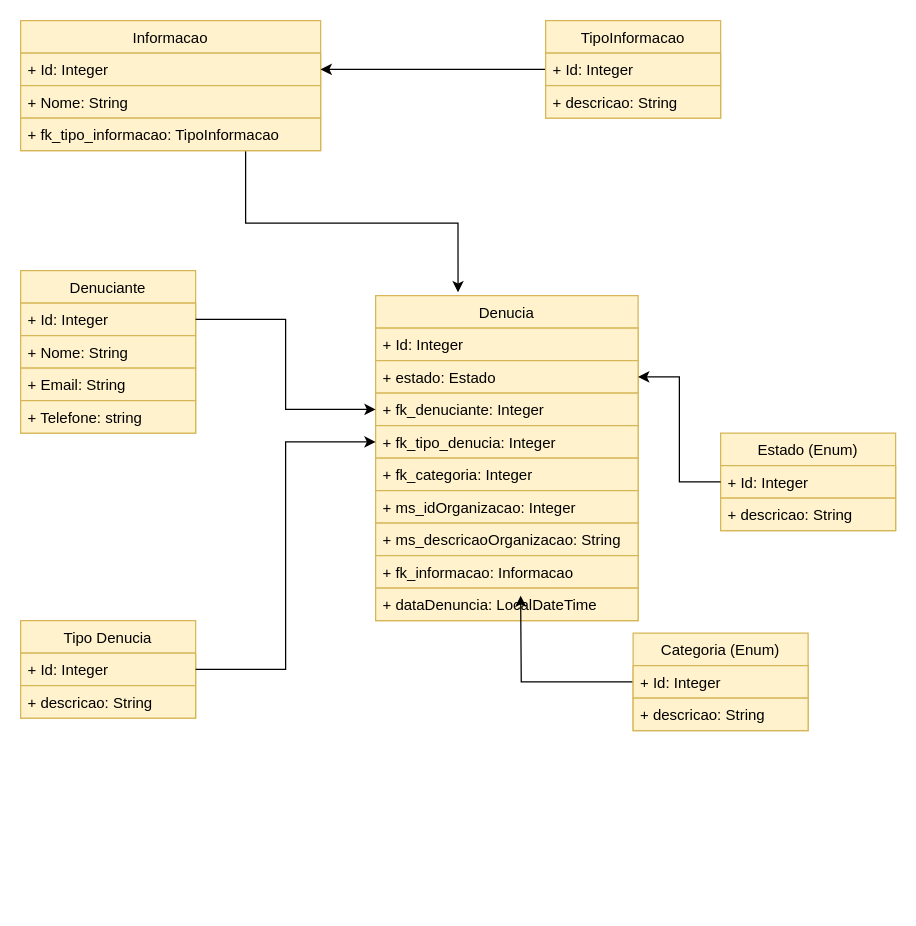
The draw.io diagram Diagrama sem nome.drawio in herbertomauricio1/Project, before the edit. Source tidied: cells renumbered, new cells numbered last; positions are measured from the earlier drawing's top-left corner, leaving out a move shared by most shapes. Both pictures are drawn from the tidied source at 125%, with x=0, y=0 at pixel (20, 20).
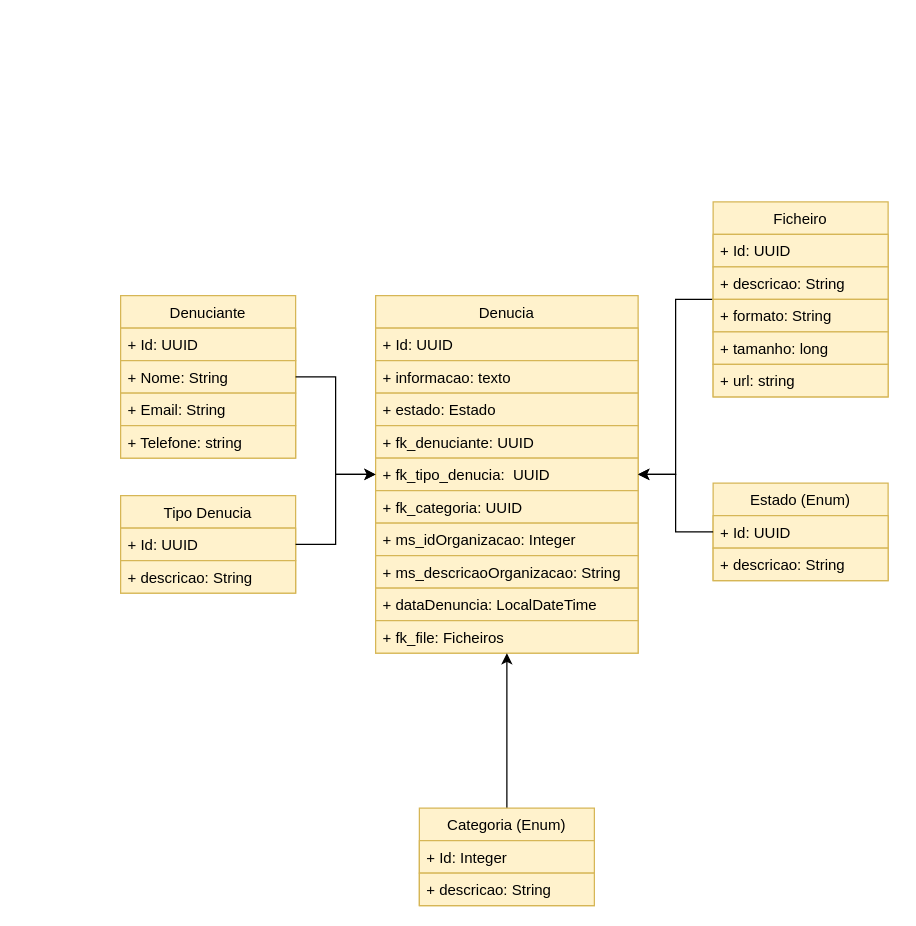
The same page after the edit.

Unchanged cells that the change refers to:
```xml
<mxCell id="7" value="+ Nome: String" style="text;strokeColor=#d6b656;fillColor=#fff2cc;align=left;verticalAlign=top;spacingLeft=4;spacingRight=4;overflow=hidden;points=[[0,0.5],[1,0.5]];portConstraint=eastwest;" parent="5" vertex="1">
  <mxGeometry y="52" width="140" height="26" as="geometry" />
</mxCell>
```

The edit, as a diff of the source:
```diff
@@
     <mxCell id="2" value="Tipo Denucia" style="swimlane;fontStyle=0;horizontal=1;startSize=26;fillColor=#fff2cc;strokeColor=#d6b656;" parent="1" vertex="1">
-      <mxGeometry y="480" width="140" height="78" as="geometry" />
+      <mxGeometry x="80" y="380" width="140" height="78" as="geometry" />
     </mxCell>
-    <mxCell id="3" value="+ Id: Integer" style="text;strokeColor=#d6b656;fillColor=#fff2cc;align=left;verticalAlign=top;spacingLeft=4;spacingRight=4;overflow=hidden;points=[[0,0.5],[1,0.5]];portConstraint=eastwest;" parent="2" vertex="1">
+    <mxCell id="3" value="+ Id: UUID" style="text;strokeColor=#d6b656;fillColor=#fff2cc;align=left;verticalAlign=top;spacingLeft=4;spacingRight=4;overflow=hidden;points=[[0,0.5],[1,0.5]];portConstraint=eastwest;" parent="2" vertex="1">
       <mxGeometry y="26" width="140" height="26" as="geometry" />
     </mxCell>
@@
     <mxCell id="5" value="Denuciante" style="swimlane;fontStyle=0;horizontal=1;startSize=26;fillColor=#fff2cc;strokeColor=#d6b656;" parent="1" vertex="1">
-      <mxGeometry y="200" width="140" height="130" as="geometry" />
+      <mxGeometry x="80" y="220" width="140" height="130" as="geometry" />
     </mxCell>
-    <mxCell id="6" value="+ Id: Integer" style="text;strokeColor=#d6b656;fillColor=#fff2cc;align=left;verticalAlign=top;spacingLeft=4;spacingRight=4;overflow=hidden;points=[[0,0.5],[1,0.5]];portConstraint=eastwest;" parent="5" vertex="1">
+    <mxCell id="6" value="+ Id: UUID" style="text;strokeColor=#d6b656;fillColor=#fff2cc;align=left;verticalAlign=top;spacingLeft=4;spacingRight=4;overflow=hidden;points=[[0,0.5],[1,0.5]];portConstraint=eastwest;" parent="5" vertex="1">
       <mxGeometry y="26" width="140" height="26" as="geometry" />
     </mxCell>
@@
     <mxCell id="10" value="Estado (Enum)" style="swimlane;fontStyle=0;horizontal=1;startSize=26;fillColor=#fff2cc;strokeColor=#d6b656;" parent="1" vertex="1">
-      <mxGeometry x="560" y="330" width="140" height="78" as="geometry" />
+      <mxGeometry x="554" y="370" width="140" height="78" as="geometry" />
     </mxCell>
-    <mxCell id="11" value="+ Id: Integer" style="text;strokeColor=#d6b656;fillColor=#fff2cc;align=left;verticalAlign=top;spacingLeft=4;spacingRight=4;overflow=hidden;points=[[0,0.5],[1,0.5]];portConstraint=eastwest;" parent="10" vertex="1">
+    <mxCell id="11" value="+ Id: UUID" style="text;strokeColor=#d6b656;fillColor=#fff2cc;align=left;verticalAlign=top;spacingLeft=4;spacingRight=4;overflow=hidden;points=[[0,0.5],[1,0.5]];portConstraint=eastwest;" parent="10" vertex="1">
       <mxGeometry y="26" width="140" height="26" as="geometry" />
     </mxCell>
@@
     <mxCell id="13" value="Denucia" style="swimlane;fontStyle=0;horizontal=1;startSize=26;fillColor=#fff2cc;strokeColor=#d6b656;" parent="1" vertex="1">
-      <mxGeometry x="284" y="220" width="210" height="260" as="geometry" />
+      <mxGeometry x="284" y="220" width="210" height="286" as="geometry" />
     </mxCell>
-    <mxCell id="14" value="+ Id: Integer" style="text;strokeColor=#d6b656;fillColor=#fff2cc;align=left;verticalAlign=top;spacingLeft=4;spacingRight=4;overflow=hidden;" parent="13" vertex="1">
+    <mxCell id="14" value="+ Id: UUID" style="text;strokeColor=#d6b656;fillColor=#fff2cc;align=left;verticalAlign=top;spacingLeft=4;spacingRight=4;overflow=hidden;" parent="13" vertex="1">
       <mxGeometry y="26" width="210" height="26" as="geometry" />
     </mxCell>
+    <mxCell id="39" value="+ informacao: texto" style="text;strokeColor=#d6b656;fillColor=#fff2cc;align=left;verticalAlign=top;spacingLeft=4;spacingRight=4;overflow=hidden;" parent="13" vertex="1">
+      <mxGeometry y="52" width="210" height="26" as="geometry" />
+    </mxCell>
     <mxCell id="15" value="+ estado: Estado" style="text;strokeColor=#d6b656;fillColor=#fff2cc;align=left;verticalAlign=top;spacingLeft=4;spacingRight=4;overflow=hidden;points=[[0,0.5],[1,0.5]];portConstraint=eastwest;" parent="13" vertex="1">
-      <mxGeometry y="52" width="210" height="26" as="geometry" />
+      <mxGeometry y="78" width="210" height="26" as="geometry" />
     </mxCell>
-    <mxCell id="16" value="+ fk_denuciante: Integer" style="text;strokeColor=#d6b656;fillColor=#fff2cc;align=left;verticalAlign=top;spacingLeft=4;spacingRight=4;overflow=hidden;points=[[0,0.5],[1,0.5]];portConstraint=eastwest;" parent="13" vertex="1">
-      <mxGeometry y="78" width="210" height="26" as="geometry" />
+    <mxCell id="16" value="+ fk_denuciante: UUID" style="text;strokeColor=#d6b656;fillColor=#fff2cc;align=left;verticalAlign=top;spacingLeft=4;spacingRight=4;overflow=hidden;points=[[0,0.5],[1,0.5]];portConstraint=eastwest;" parent="13" vertex="1">
+      <mxGeometry y="104" width="210" height="26" as="geometry" />
     </mxCell>
-    <mxCell id="17" value="+ fk_tipo_denucia: Integer" style="text;strokeColor=#d6b656;fillColor=#fff2cc;align=left;verticalAlign=top;spacingLeft=4;spacingRight=4;overflow=hidden;points=[[0,0.5],[1,0.5]];portConstraint=eastwest;" parent="13" vertex="1">
-      <mxGeometry y="104" width="210" height="26" as="geometry" />
+    <mxCell id="17" value="+ fk_tipo_denucia:  UUID" style="text;strokeColor=#d6b656;fillColor=#fff2cc;align=left;verticalAlign=top;spacingLeft=4;spacingRight=4;overflow=hidden;points=[[0,0.5],[1,0.5]];portConstraint=eastwest;" parent="13" vertex="1">
+      <mxGeometry y="130" width="210" height="26" as="geometry" />
     </mxCell>
-    <mxCell id="18" value="+ fk_categoria: Integer" style="text;strokeColor=#d6b656;fillColor=#fff2cc;align=left;verticalAlign=top;spacingLeft=4;spacingRight=4;overflow=hidden;" parent="13" vertex="1">
-      <mxGeometry y="130" width="210" height="26" as="geometry" />
+    <mxCell id="18" value="+ fk_categoria: UUID" style="text;strokeColor=#d6b656;fillColor=#fff2cc;align=left;verticalAlign=top;spacingLeft=4;spacingRight=4;overflow=hidden;" parent="13" vertex="1">
+      <mxGeometry y="156" width="210" height="26" as="geometry" />
     </mxCell>
     <mxCell id="19" value="+ ms_idOrganizacao: Integer" style="text;strokeColor=#d6b656;fillColor=#fff2cc;align=left;verticalAlign=top;spacingLeft=4;spacingRight=4;overflow=hidden;" parent="13" vertex="1">
-      <mxGeometry y="156" width="210" height="26" as="geometry" />
+      <mxGeometry y="182" width="210" height="26" as="geometry" />
     </mxCell>
     <mxCell id="20" value="+ ms_descricaoOrganizacao: String" style="text;strokeColor=#d6b656;fillColor=#fff2cc;align=left;verticalAlign=top;spacingLeft=4;spacingRight=4;overflow=hidden;" parent="13" vertex="1">
-      <mxGeometry y="182" width="210" height="26" as="geometry" />
+      <mxGeometry y="208" width="210" height="26" as="geometry" />
     </mxCell>
-    <mxCell id="21" value="+ fk_informacao: Informacao" style="text;strokeColor=#d6b656;fillColor=#fff2cc;align=left;verticalAlign=top;spacingLeft=4;spacingRight=4;overflow=hidden;" parent="13" vertex="1">
-      <mxGeometry y="208" width="210" height="26" as="geometry" />
-    </mxCell>
@@
-    <mxCell id="23" style="edgeStyle=orthogonalEdgeStyle;rounded=0;jettySize=auto;html=1;" parent="1" edge="1" source="24">
-      <mxGeometry relative="1" as="geometry">
-        <mxPoint x="400" y="460" as="targetPoint" />
-      </mxGeometry>
-    </mxCell>
+    <mxCell id="40" value="+ fk_file: Ficheiros" style="text;strokeColor=#d6b656;fillColor=#fff2cc;align=left;verticalAlign=top;spacingLeft=4;spacingRight=4;overflow=hidden;" parent="13" vertex="1">
+      <mxGeometry y="260" width="210" height="26" as="geometry" />
+    </mxCell>
+    <mxCell id="41" style="edgeStyle=orthogonalEdgeStyle;rounded=0;jettySize=auto;html=1;exitX=0.5;exitY=0;exitDx=0;exitDy=0;entryX=0.5;entryY=1;entryDx=0;entryDy=0;" parent="1" edge="1" source="24" target="13">
+      <mxGeometry relative="1" as="geometry" />
+    </mxCell>
     <mxCell id="24" value="Categoria (Enum)" style="swimlane;fontStyle=0;horizontal=1;startSize=26;fillColor=#fff2cc;strokeColor=#d6b656;" parent="1" vertex="1">
-      <mxGeometry x="490" y="490" width="140" height="78" as="geometry" />
+      <mxGeometry x="319" y="630" width="140" height="78" as="geometry" />
     </mxCell>
@@
-    <mxCell id="28" style="edgeStyle=orthogonalEdgeStyle;rounded=0;jettySize=auto;html=1;exitX=1;exitY=0.5;exitDx=0;exitDy=0;entryX=0;entryY=0.5;entryDx=0;entryDy=0;" parent="1" edge="1" source="6" target="16">
-      <mxGeometry relative="1" as="geometry" />
-    </mxCell>
-    <mxCell id="29" style="edgeStyle=orthogonalEdgeStyle;rounded=0;jettySize=auto;html=1;exitX=0;exitY=0.5;exitDx=0;exitDy=0;entryX=1;entryY=0.5;entryDx=0;entryDy=0;" parent="1" edge="1" source="11" target="15">
-      <mxGeometry relative="1" as="geometry" />
-    </mxCell>
-    <mxCell id="30" style="edgeStyle=orthogonalEdgeStyle;rounded=0;jettySize=auto;html=1;exitX=0.75;exitY=1;exitDx=0;exitDy=0;entryX=0.314;entryY=-0.01;entryDx=0;entryDy=0;entryPerimeter=0;" parent="1" edge="1" source="31" target="13">
-      <mxGeometry relative="1" as="geometry" />
-    </mxCell>
-    <mxCell id="31" value="Informacao" style="swimlane;fontStyle=0;horizontal=1;startSize=26;fillColor=#fff2cc;strokeColor=#d6b656;" parent="1" vertex="1">
-      <mxGeometry width="240" height="104" as="geometry" />
-    </mxCell>
-    <mxCell id="32" value="+ Id: Integer" style="text;strokeColor=#d6b656;fillColor=#fff2cc;align=left;verticalAlign=top;spacingLeft=4;spacingRight=4;overflow=hidden;points=[[0,0.5],[1,0.5]];portConstraint=eastwest;" parent="31" vertex="1">
-      <mxGeometry y="26" width="240" height="26" as="geometry" />
-    </mxCell>
-    <mxCell id="33" value="+ Nome: String" style="text;strokeColor=#d6b656;fillColor=#fff2cc;align=left;verticalAlign=top;spacingLeft=4;spacingRight=4;overflow=hidden;" parent="31" vertex="1">
-      <mxGeometry y="52" width="240" height="26" as="geometry" />
-    </mxCell>
-    <mxCell id="34" value="+ fk_tipo_informacao: TipoInformacao" style="text;strokeColor=#d6b656;fillColor=#fff2cc;align=left;verticalAlign=top;spacingLeft=4;spacingRight=4;overflow=hidden;" parent="31" vertex="1">
-      <mxGeometry y="78" width="240" height="26" as="geometry" />
-    </mxCell>
-    <mxCell id="35" style="edgeStyle=orthogonalEdgeStyle;rounded=0;jettySize=auto;html=1;exitX=0;exitY=0.5;exitDx=0;exitDy=0;" parent="1" edge="1" source="36" target="32">
-      <mxGeometry relative="1" as="geometry" />
-    </mxCell>
-    <mxCell id="36" value="TipoInformacao" style="swimlane;fontStyle=0;horizontal=1;startSize=26;fillColor=#fff2cc;strokeColor=#d6b656;" parent="1" vertex="1">
-      <mxGeometry x="420" width="140" height="78" as="geometry" />
-    </mxCell>
-    <mxCell id="37" value="+ Id: Integer" style="text;strokeColor=#d6b656;fillColor=#fff2cc;align=left;verticalAlign=top;spacingLeft=4;spacingRight=4;overflow=hidden;" parent="36" vertex="1">
-      <mxGeometry y="26" width="140" height="26" as="geometry" />
-    </mxCell>
+    <mxCell id="42" style="edgeStyle=orthogonalEdgeStyle;rounded=0;jettySize=auto;html=1;exitX=0;exitY=0.5;exitDx=0;exitDy=0;entryX=1;entryY=0.5;entryDx=0;entryDy=0;" parent="1" edge="1" source="43" target="17">
+      <mxGeometry relative="1" as="geometry" />
+    </mxCell>
+    <mxCell id="43" value="Ficheiro" style="swimlane;fontStyle=0;horizontal=1;startSize=26;fillColor=#fff2cc;strokeColor=#d6b656;" parent="1" vertex="1">
+      <mxGeometry x="554" y="145" width="140" height="156" as="geometry" />
+    </mxCell>
+    <mxCell id="44" value="+ Id: UUID" style="text;strokeColor=#d6b656;fillColor=#fff2cc;align=left;verticalAlign=top;spacingLeft=4;spacingRight=4;overflow=hidden;" parent="43" vertex="1">
+      <mxGeometry y="26" width="140" height="26" as="geometry" />
+    </mxCell>
-    <mxCell id="38" value="+ descricao: String " style="text;strokeColor=#d6b656;fillColor=#fff2cc;align=left;verticalAlign=top;spacingLeft=4;spacingRight=4;overflow=hidden;" parent="36" vertex="1">
+    <mxCell id="38" value="+ descricao: String " style="text;strokeColor=#d6b656;fillColor=#fff2cc;align=left;verticalAlign=top;spacingLeft=4;spacingRight=4;overflow=hidden;" parent="43" vertex="1">
       <mxGeometry y="52" width="140" height="26" as="geometry" />
     </mxCell>
+    <mxCell id="45" value="+ formato: String " style="text;strokeColor=#d6b656;fillColor=#fff2cc;align=left;verticalAlign=top;spacingLeft=4;spacingRight=4;overflow=hidden;" parent="43" vertex="1">
+      <mxGeometry y="78" width="140" height="26" as="geometry" />
+    </mxCell>
+    <mxCell id="46" value="+ tamanho: long " style="text;strokeColor=#d6b656;fillColor=#fff2cc;align=left;verticalAlign=top;spacingLeft=4;spacingRight=4;overflow=hidden;" parent="43" vertex="1">
+      <mxGeometry y="104" width="140" height="26" as="geometry" />
+    </mxCell>
+    <mxCell id="47" value="+ url: string " style="text;strokeColor=#d6b656;fillColor=#fff2cc;align=left;verticalAlign=top;spacingLeft=4;spacingRight=4;overflow=hidden;" parent="43" vertex="1">
+      <mxGeometry y="130" width="140" height="26" as="geometry" />
+    </mxCell>
+    <mxCell id="48" style="edgeStyle=orthogonalEdgeStyle;rounded=0;jettySize=auto;html=1;exitX=1;exitY=0.5;exitDx=0;exitDy=0;entryX=0;entryY=0.5;entryDx=0;entryDy=0;" parent="1" edge="1" source="7" target="17">
+      <mxGeometry relative="1" as="geometry" />
+    </mxCell>
+    <mxCell id="49" style="edgeStyle=orthogonalEdgeStyle;rounded=0;jettySize=auto;html=1;exitX=0;exitY=0.5;exitDx=0;exitDy=0;entryX=1;entryY=0.5;entryDx=0;entryDy=0;" parent="1" edge="1" source="11" target="17">
+      <mxGeometry relative="1" as="geometry" />
+    </mxCell>
```
